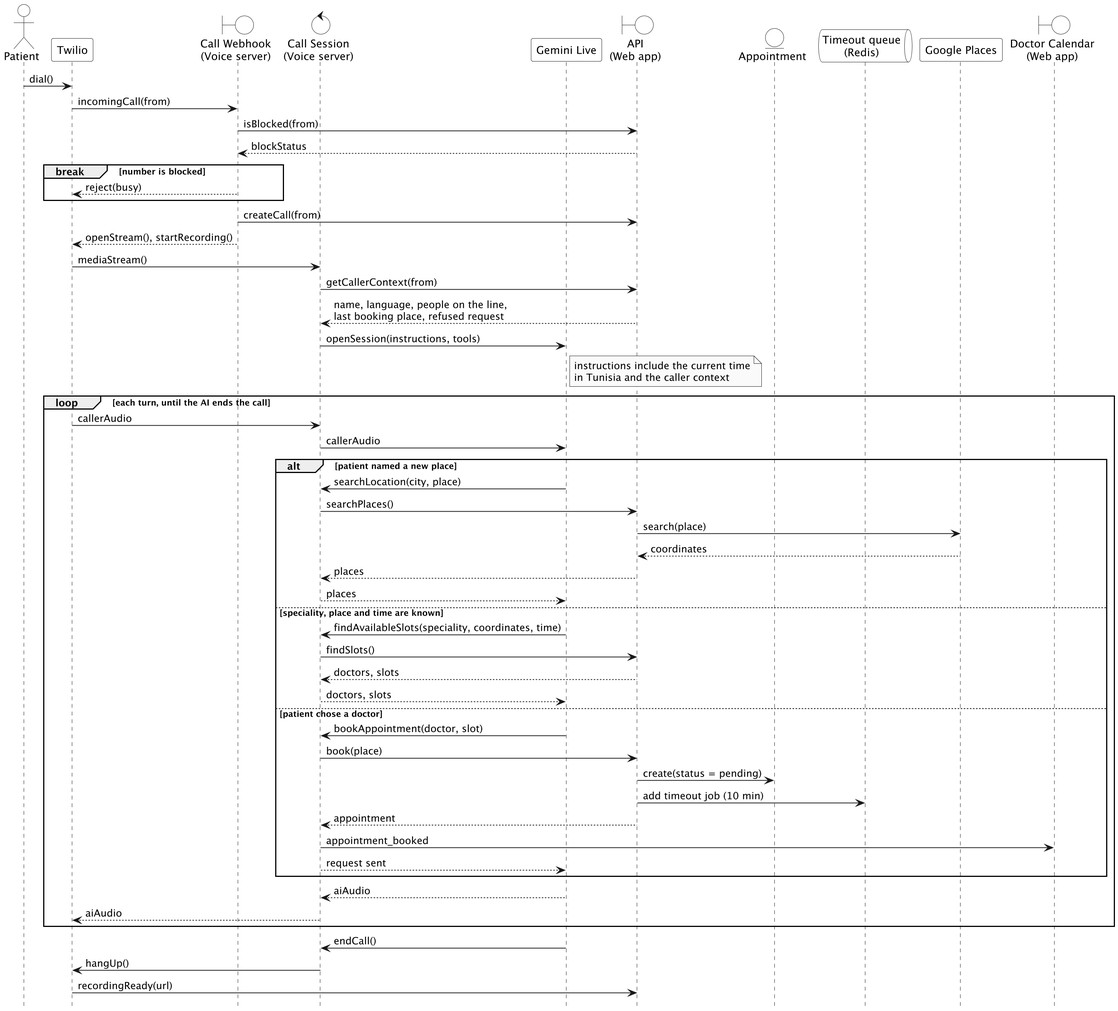
Before: images/diagrams/sequence_call_flow.png, a diagram exported from PlantUML (AtriOmar/riaya-report).
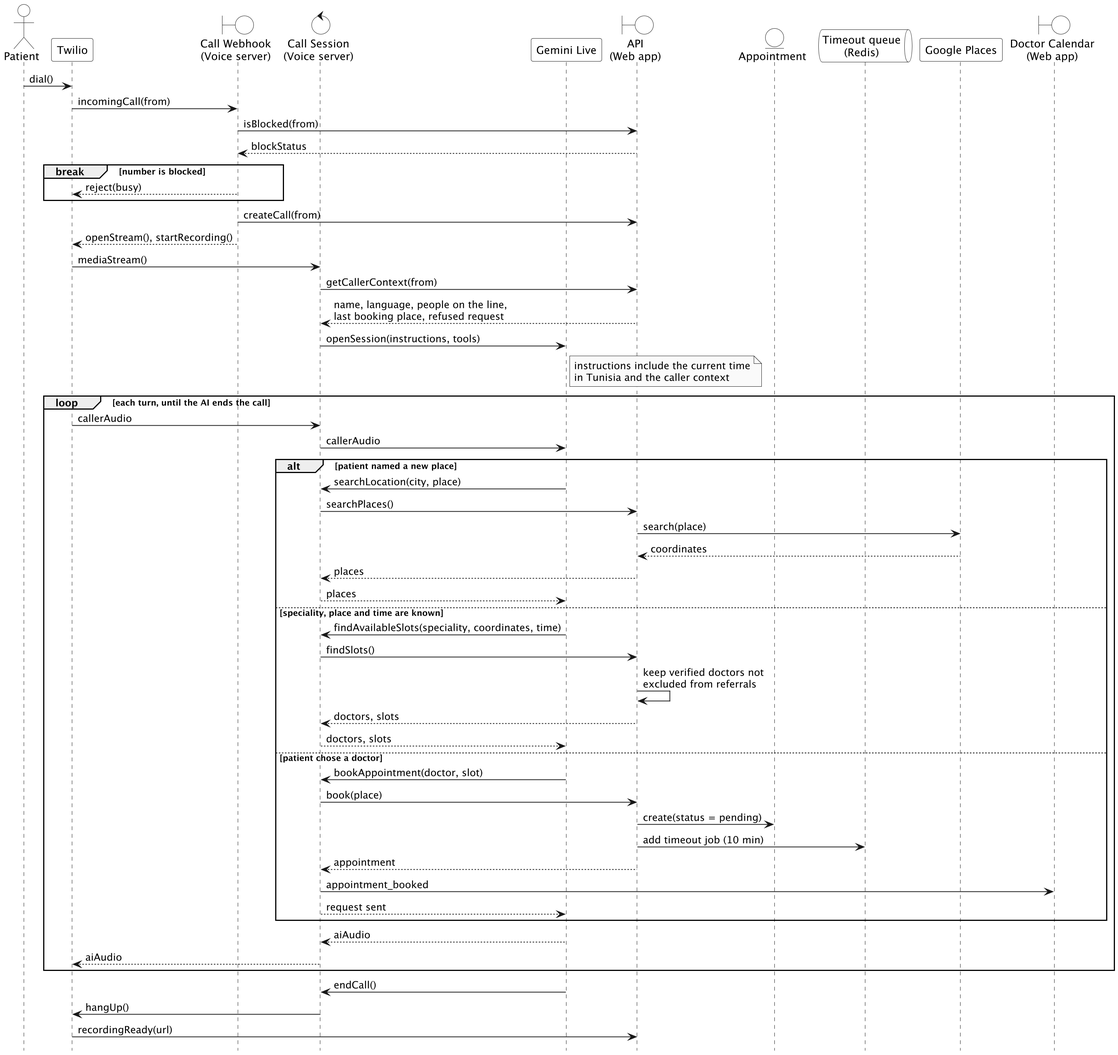
The same diagram one commit later.

Change to the diagram source:
```diff
@@ -53,6 +53,7 @@
   else speciality, place and time are known
     G -> S : findAvailableSlots(speciality, coordinates, time)
     S -> A : findSlots()
+    A -> A : keep verified doctors not\nexcluded from referrals
     A --> S : doctors, slots
     S --> G : doctors, slots
   else patient chose a doctor
```
